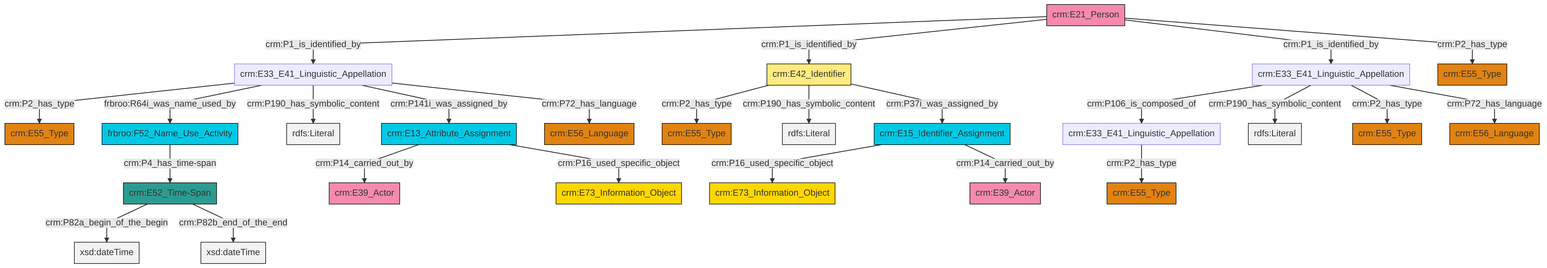
swiss-art-research-net/reference-data-models keeps this Mermaid diagram as et/personCSV/ttl/mmd/png/Person_Names_and_Classification.png. Above is the earlier version. Its source is kept beside it as et/personCSV/ttl/mmd/Person_Names_and_Classification.ttl.mmd.
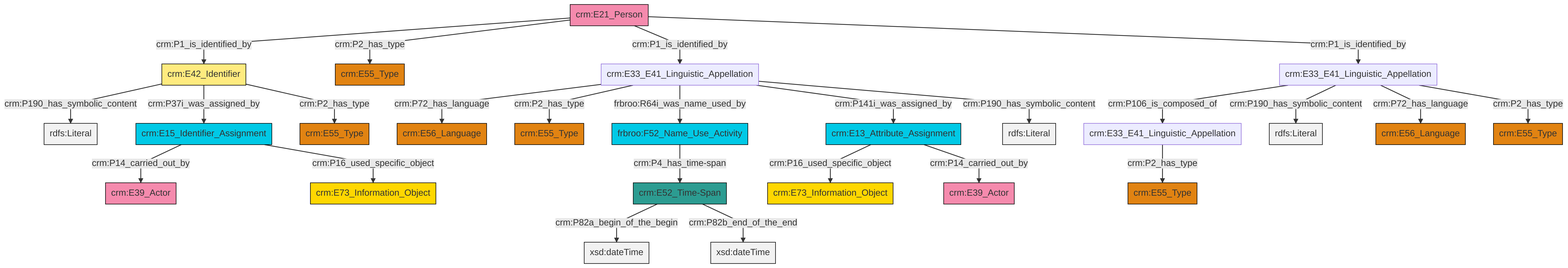
The same file after the commit.

The edit, as a diff of the source:
```diff
@@ -13,27 +13,27 @@
 classDef PC_Classes fill:#4ce600, stroke:#000000;
 classDef Multi fill:#cccccc,stroke:#000000;
 
-0["crm:E33_E41_Linguistic_Appellation"]:::Default -->|crm:P106_is_composed_of| 1["crm:E33_E41_Linguistic_Appellation"]:::Default
-4["crm:E21_Person"]:::Actor -->|crm:P1_is_identified_by| 5["crm:E33_E41_Linguistic_Appellation"]:::Default
-8["crm:E15_Identifier_Assignment"]:::Temporal_Entity -->|crm:P16_used_specific_object| 9["crm:E73_Information_Object"]:::Conceptual_Object
-5["crm:E33_E41_Linguistic_Appellation"]:::Default -->|crm:P2_has_type| 6["crm:E55_Type"]:::Type
-16["crm:E13_Attribute_Assignment"]:::Temporal_Entity -->|crm:P14_carried_out_by| 10["crm:E39_Actor"]:::Actor
-5["crm:E33_E41_Linguistic_Appellation"]:::Default -->|frbroo:R64i_was_name_used_by| 19["frbroo:F52_Name_Use_Activity"]:::Temporal_Entity
-0["crm:E33_E41_Linguistic_Appellation"]:::Default -->|crm:P190_has_symbolic_content| 23[rdfs:Literal]:::Literal
-19["frbroo:F52_Name_Use_Activity"]:::Temporal_Entity -->|crm:P4_has_time-span| 25["crm:E52_Time-Span"]:::Time-Span
-17["crm:E42_Identifier"]:::Appellation -->|crm:P2_has_type| 26["crm:E55_Type"]:::Type
-0["crm:E33_E41_Linguistic_Appellation"]:::Default -->|crm:P2_has_type| 20["crm:E55_Type"]:::Type
-17["crm:E42_Identifier"]:::Appellation -->|crm:P190_has_symbolic_content| 28[rdfs:Literal]:::Literal
-5["crm:E33_E41_Linguistic_Appellation"]:::Default -->|crm:P190_has_symbolic_content| 29[rdfs:Literal]:::Literal
-0["crm:E33_E41_Linguistic_Appellation"]:::Default -->|crm:P72_has_language| 12["crm:E56_Language"]:::Type
-25["crm:E52_Time-Span"]:::Time-Span -->|crm:P82a_begin_of_the_begin| 34[xsd:dateTime]:::Literal
-8["crm:E15_Identifier_Assignment"]:::Temporal_Entity -->|crm:P14_carried_out_by| 40["crm:E39_Actor"]:::Actor
-5["crm:E33_E41_Linguistic_Appellation"]:::Default -->|crm:P141i_was_assigned_by| 16["crm:E13_Attribute_Assignment"]:::Temporal_Entity
-5["crm:E33_E41_Linguistic_Appellation"]:::Default -->|crm:P72_has_language| 14["crm:E56_Language"]:::Type
-17["crm:E42_Identifier"]:::Appellation -->|crm:P37i_was_assigned_by| 8["crm:E15_Identifier_Assignment"]:::Temporal_Entity
-4["crm:E21_Person"]:::Actor -->|crm:P1_is_identified_by| 17["crm:E42_Identifier"]:::Appellation
-4["crm:E21_Person"]:::Actor -->|crm:P1_is_identified_by| 0["crm:E33_E41_Linguistic_Appellation"]:::Default
-4["crm:E21_Person"]:::Actor -->|crm:P2_has_type| 30["crm:E55_Type"]:::Type
-1["crm:E33_E41_Linguistic_Appellation"]:::Default -->|crm:P2_has_type| 2["crm:E55_Type"]:::Type
-25["crm:E52_Time-Span"]:::Time-Span -->|crm:P82b_end_of_the_end| 45[xsd:dateTime]:::Literal
-16["crm:E13_Attribute_Assignment"]:::Temporal_Entity -->|crm:P16_used_specific_object| 36["crm:E73_Information_Object"]:::Conceptual_Object
+2["crm:E42_Identifier"]:::Appellation -->|crm:P190_has_symbolic_content| 3[rdfs:Literal]:::Literal
+2["crm:E42_Identifier"]:::Appellation -->|crm:P37i_was_assigned_by| 10["crm:E15_Identifier_Assignment"]:::Temporal_Entity
+10["crm:E15_Identifier_Assignment"]:::Temporal_Entity -->|crm:P14_carried_out_by| 11["crm:E39_Actor"]:::Actor
+6["crm:E21_Person"]:::Actor -->|crm:P1_is_identified_by| 2["crm:E42_Identifier"]:::Appellation
+16["frbroo:F52_Name_Use_Activity"]:::Temporal_Entity -->|crm:P4_has_time-span| 17["crm:E52_Time-Span"]:::Time-Span
+14["crm:E33_E41_Linguistic_Appellation"]:::Default -->|crm:P106_is_composed_of| 20["crm:E33_E41_Linguistic_Appellation"]:::Default
+23["crm:E33_E41_Linguistic_Appellation"]:::Default -->|crm:P72_has_language| 24["crm:E56_Language"]:::Type
+17["crm:E52_Time-Span"]:::Time-Span -->|crm:P82a_begin_of_the_begin| 26[xsd:dateTime]:::Literal
+23["crm:E33_E41_Linguistic_Appellation"]:::Default -->|crm:P2_has_type| 4["crm:E55_Type"]:::Type
+17["crm:E52_Time-Span"]:::Time-Span -->|crm:P82b_end_of_the_end| 29[xsd:dateTime]:::Literal
+6["crm:E21_Person"]:::Actor -->|crm:P2_has_type| 21["crm:E55_Type"]:::Type
+23["crm:E33_E41_Linguistic_Appellation"]:::Default -->|frbroo:R64i_was_name_used_by| 16["frbroo:F52_Name_Use_Activity"]:::Temporal_Entity
+6["crm:E21_Person"]:::Actor -->|crm:P1_is_identified_by| 23["crm:E33_E41_Linguistic_Appellation"]:::Default
+14["crm:E33_E41_Linguistic_Appellation"]:::Default -->|crm:P190_has_symbolic_content| 36[rdfs:Literal]:::Literal
+2["crm:E42_Identifier"]:::Appellation -->|crm:P2_has_type| 8["crm:E55_Type"]:::Type
+14["crm:E33_E41_Linguistic_Appellation"]:::Default -->|crm:P72_has_language| 37["crm:E56_Language"]:::Type
+23["crm:E33_E41_Linguistic_Appellation"]:::Default -->|crm:P141i_was_assigned_by| 12["crm:E13_Attribute_Assignment"]:::Temporal_Entity
+6["crm:E21_Person"]:::Actor -->|crm:P1_is_identified_by| 14["crm:E33_E41_Linguistic_Appellation"]:::Default
+10["crm:E15_Identifier_Assignment"]:::Temporal_Entity -->|crm:P16_used_specific_object| 0["crm:E73_Information_Object"]:::Conceptual_Object
+12["crm:E13_Attribute_Assignment"]:::Temporal_Entity -->|crm:P16_used_specific_object| 18["crm:E73_Information_Object"]:::Conceptual_Object
+14["crm:E33_E41_Linguistic_Appellation"]:::Default -->|crm:P2_has_type| 32["crm:E55_Type"]:::Type
+20["crm:E33_E41_Linguistic_Appellation"]:::Default -->|crm:P2_has_type| 27["crm:E55_Type"]:::Type
+23["crm:E33_E41_Linguistic_Appellation"]:::Default -->|crm:P190_has_symbolic_content| 46[rdfs:Literal]:::Literal
+12["crm:E13_Attribute_Assignment"]:::Temporal_Entity -->|crm:P14_carried_out_by| 39["crm:E39_Actor"]:::Actor
```
